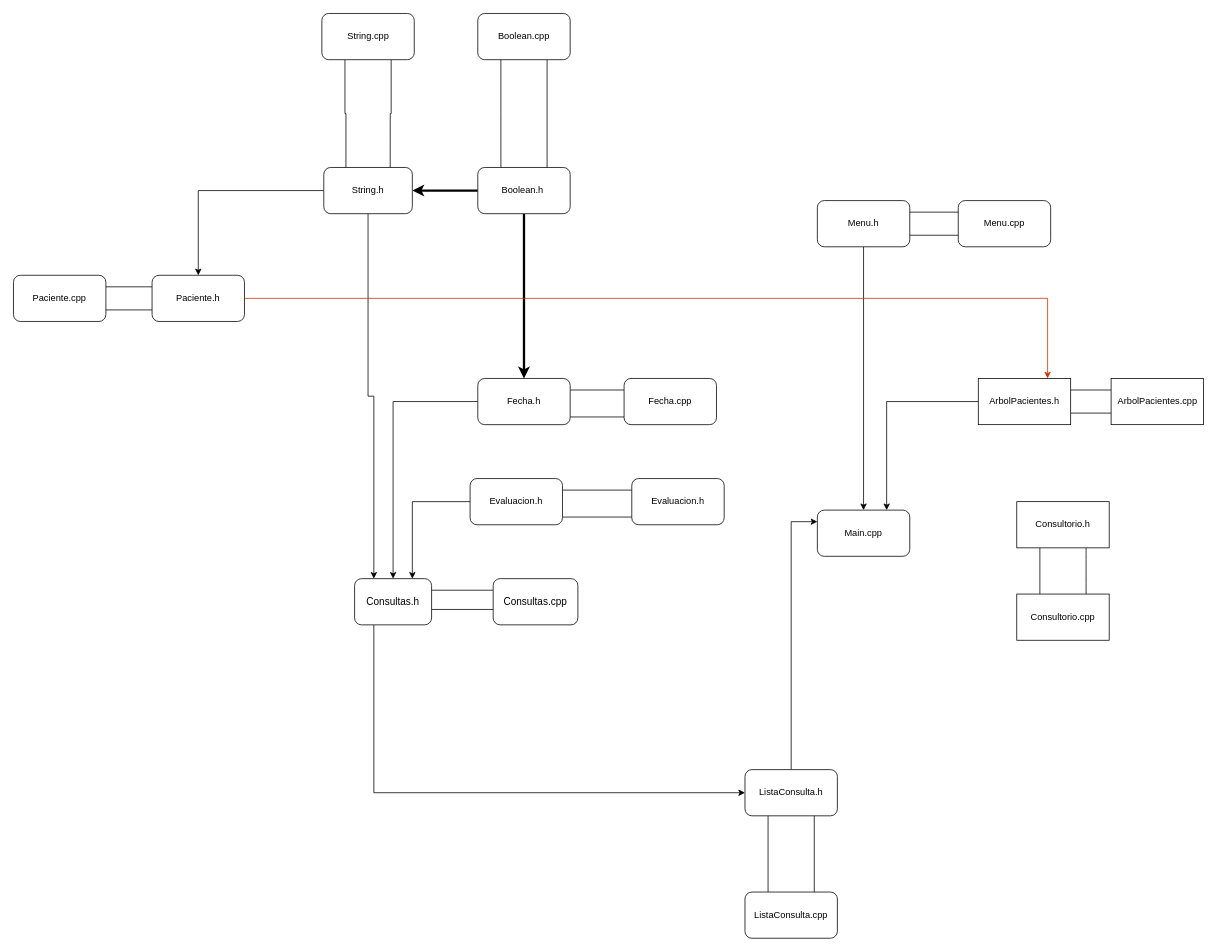
Earlier version of the draw.io diagram DiagramaObligatorio.drawio (GonzaloFleitass/obligatorio-2). Source tidied: cells renumbered, new cells numbered last; positions are measured from the earlier drawing's top-left corner, leaving out a move shared by most shapes. Both pictures are drawn from the tidied source at 77%, with x=0, y=0 at pixel (13, 13).
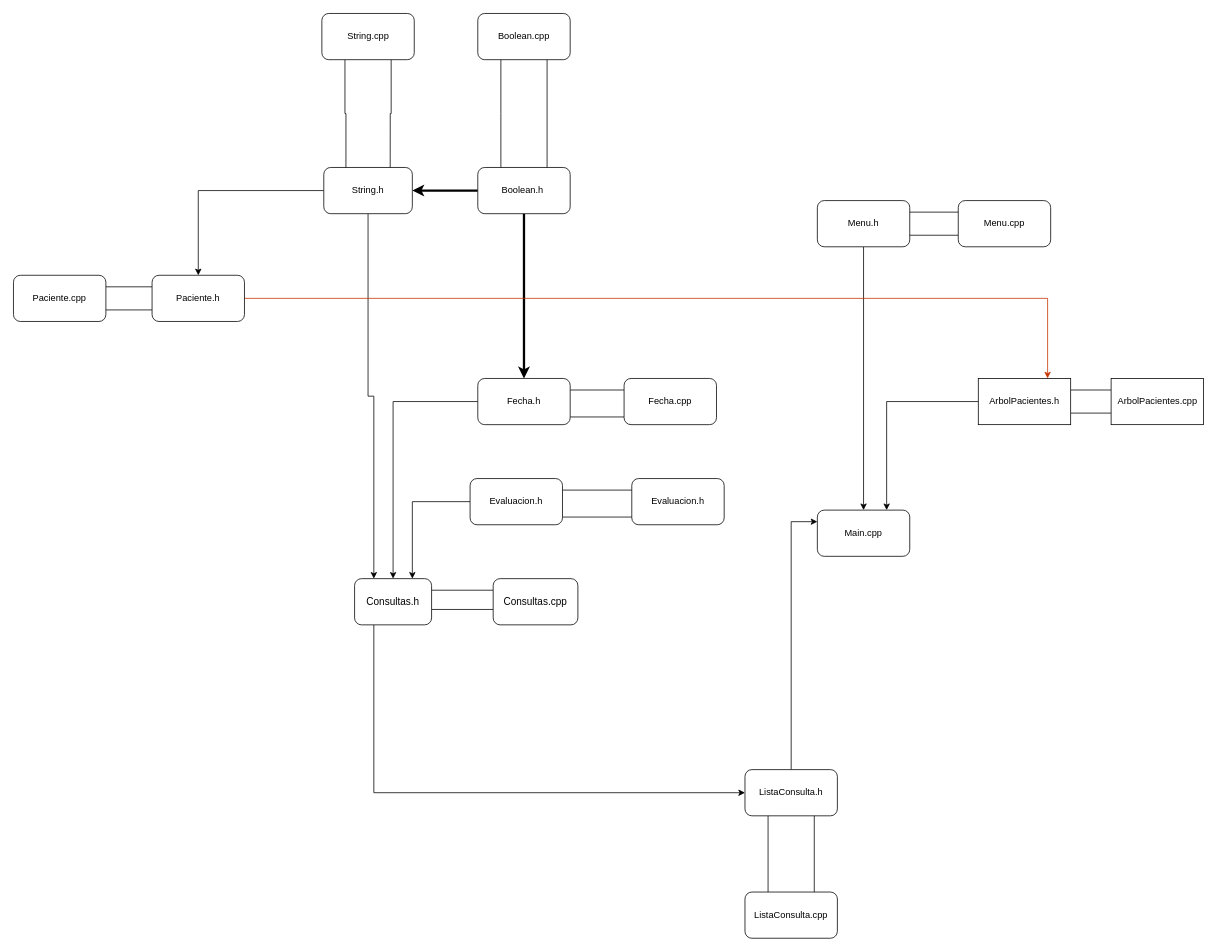
The same diagram, later.

Change to the diagram source:
```diff
@@
-    <mxCell id="29" style="edgeStyle=orthogonalEdgeStyle;jettySize=auto;html=1;exitX=0.75;exitY=1;exitDx=0;exitDy=0;entryX=0.75;entryY=0;entryDx=0;entryDy=0;curved=1;endArrow=none;endFill=0;" parent="1" edge="1" source="31" target="32">
-      <mxGeometry relative="1" as="geometry" />
-    </mxCell>
-    <mxCell id="30" style="edgeStyle=orthogonalEdgeStyle;rounded=0;jettySize=auto;html=1;exitX=0.25;exitY=1;exitDx=0;exitDy=0;entryX=0.25;entryY=0;entryDx=0;entryDy=0;endArrow=none;endFill=0;" parent="1" edge="1" source="31" target="32">
-      <mxGeometry relative="1" as="geometry" />
-    </mxCell>
-    <mxCell id="31" value="Consultorio.h" style="rounded=0;whiteSpace=wrap;html=1;" parent="1" vertex="1">
-      <mxGeometry x="1303" y="634" width="120" height="60" as="geometry" />
-    </mxCell>
-    <mxCell id="32" value="Consultorio.cpp" style="rounded=0;whiteSpace=wrap;html=1;" parent="1" vertex="1">
-      <mxGeometry x="1303" y="754" width="120" height="60" as="geometry" />
-    </mxCell>
```
